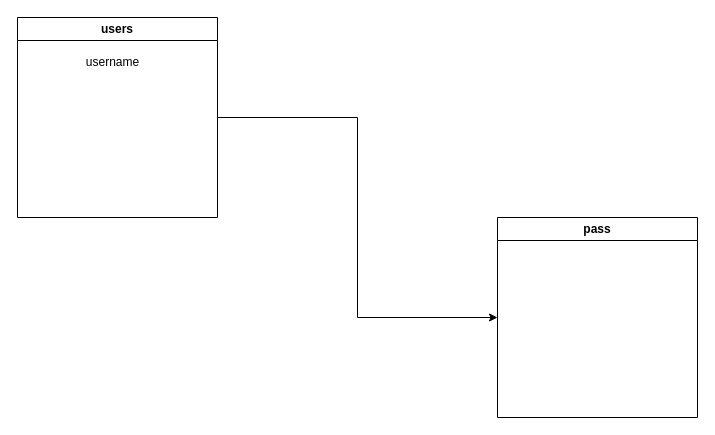
This is docs/database_diagram.drawio from jlk31/CS-NEA, a draw.io file, before an edit. Source tidied: cells renumbered, new cells numbered last; positions are measured from the earlier drawing's top-left corner, leaving out a move shared by most shapes. Both pictures are drawn from the tidied source at 100%, with x=0, y=0 at pixel (17, 17).
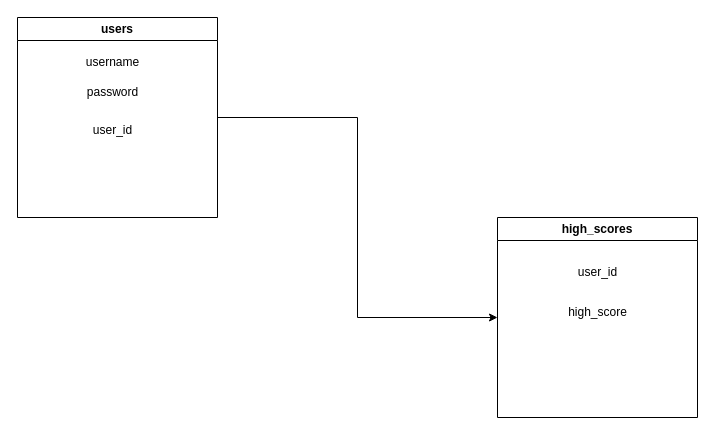
Above is the later version.

What changed in the source:
```diff
@@
 <mxGraphModel>
   <root>
     <mxCell id="0" />
     <mxCell id="1" parent="0" />
     <mxCell id="2" style="edgeStyle=orthogonalEdgeStyle;rounded=0;jettySize=auto;html=1;exitX=1;exitY=0.5;exitDx=0;exitDy=0;entryX=0;entryY=0.5;entryDx=0;entryDy=0;" parent="1" edge="1" source="3" target="5">
       <mxGeometry relative="1" as="geometry" />
     </mxCell>
     <mxCell id="3" value="users" style="swimlane;whiteSpace=wrap;html=1;" parent="1" vertex="1">
       <mxGeometry width="200" height="200" as="geometry" />
     </mxCell>
     <mxCell id="4" value="username" style="text;html=1;align=center;verticalAlign=middle;strokeColor=none;fillColor=none;" parent="3" vertex="1">
       <mxGeometry x="55" y="30" width="80" height="30" as="geometry" />
     </mxCell>
+    <mxCell id="6" value="password" style="text;html=1;align=center;verticalAlign=middle;strokeColor=none;fillColor=none;" parent="3" vertex="1">
+      <mxGeometry x="60" y="60" width="70" height="30" as="geometry" />
+    </mxCell>
+    <mxCell id="7" value="user_id" style="text;html=1;align=center;verticalAlign=middle;strokeColor=none;fillColor=none;" parent="3" vertex="1">
+      <mxGeometry x="65" y="98" width="60" height="30" as="geometry" />
+    </mxCell>
-    <mxCell id="5" value="pass" style="swimlane;whiteSpace=wrap;html=1;" parent="1" vertex="1">
+    <mxCell id="5" value="high_scores" style="swimlane;whiteSpace=wrap;html=1;" parent="1" vertex="1">
       <mxGeometry x="480" y="200" width="200" height="200" as="geometry" />
     </mxCell>
+    <mxCell id="8" value="user_id" style="text;html=1;align=center;verticalAlign=middle;strokeColor=none;fillColor=none;" parent="5" vertex="1">
+      <mxGeometry x="70" y="40" width="60" height="30" as="geometry" />
+    </mxCell>
+    <mxCell id="9" value="high_score" style="text;html=1;align=center;verticalAlign=middle;strokeColor=none;fillColor=none;" parent="5" vertex="1">
+      <mxGeometry x="60" y="80" width="80" height="30" as="geometry" />
+    </mxCell>
   </root>
 </mxGraphModel>
```
